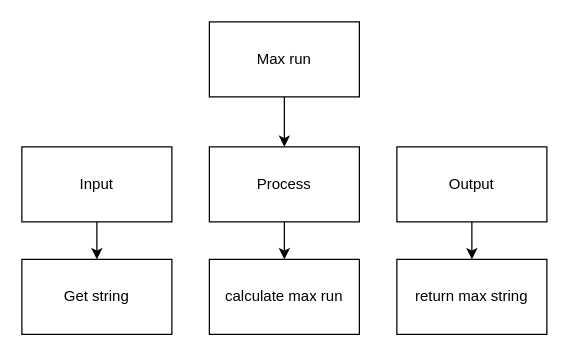
Above: top.drawio in lily-liu-17/ics4u-assignment2-typescript (draw.io), before the change. Source tidied: cells renumbered, new cells numbered last; positions are measured from the earlier drawing's top-left corner, leaving out a move shared by most shapes. Both pictures are drawn from the tidied source at 125%, with x=0, y=0 at pixel (21, 21).
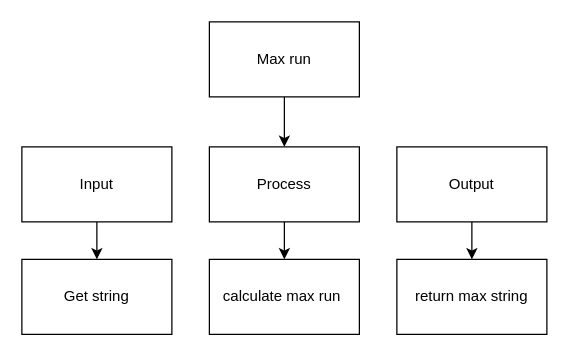
The same diagram, later.

The edit, as a diff of the source:
```diff
@@
 <mxGraphModel>
   <root>
     <mxCell id="0" />
     <mxCell id="1" parent="0" />
     <mxCell id="2" style="edgeStyle=none;html=1;" parent="1" edge="1" source="3" target="9">
       <mxGeometry relative="1" as="geometry" />
     </mxCell>
     <mxCell id="3" value="Max run" style="rounded=0;whiteSpace=wrap;html=1;" parent="1" vertex="1">
       <mxGeometry x="150" width="120" height="60" as="geometry" />
     </mxCell>
     <mxCell id="4" style="edgeStyle=none;html=1;" parent="1" edge="1" source="5" target="10">
       <mxGeometry relative="1" as="geometry" />
     </mxCell>
     <mxCell id="5" value="Input" style="rounded=0;whiteSpace=wrap;html=1;" parent="1" vertex="1">
       <mxGeometry y="100" width="120" height="60" as="geometry" />
     </mxCell>
     <mxCell id="6" style="edgeStyle=none;html=1;" parent="1" edge="1" source="7" target="11">
       <mxGeometry relative="1" as="geometry" />
     </mxCell>
     <mxCell id="7" value="Output" style="rounded=0;whiteSpace=wrap;html=1;" parent="1" vertex="1">
       <mxGeometry x="300" y="100" width="120" height="60" as="geometry" />
     </mxCell>
     <mxCell id="8" style="edgeStyle=none;html=1;" parent="1" edge="1" source="9" target="12">
       <mxGeometry relative="1" as="geometry" />
     </mxCell>
     <mxCell id="9" value="Process" style="rounded=0;whiteSpace=wrap;html=1;" parent="1" vertex="1">
       <mxGeometry x="150" y="100" width="120" height="60" as="geometry" />
     </mxCell>
     <mxCell id="10" value="Get string" style="rounded=0;whiteSpace=wrap;html=1;" parent="1" vertex="1">
       <mxGeometry y="190" width="120" height="60" as="geometry" />
     </mxCell>
     <mxCell id="11" value="return max string" style="rounded=0;whiteSpace=wrap;html=1;" parent="1" vertex="1">
       <mxGeometry x="300" y="190" width="120" height="60" as="geometry" />
     </mxCell>
-    <mxCell id="12" value="calculate max run" style="rounded=0;whiteSpace=wrap;html=1;" parent="1" vertex="1">
+    <mxCell id="12" value="calculate max run&amp;nbsp;" style="rounded=0;whiteSpace=wrap;html=1;" parent="1" vertex="1">
       <mxGeometry x="150" y="190" width="120" height="60" as="geometry" />
     </mxCell>
   </root>
 </mxGraphModel>
```
